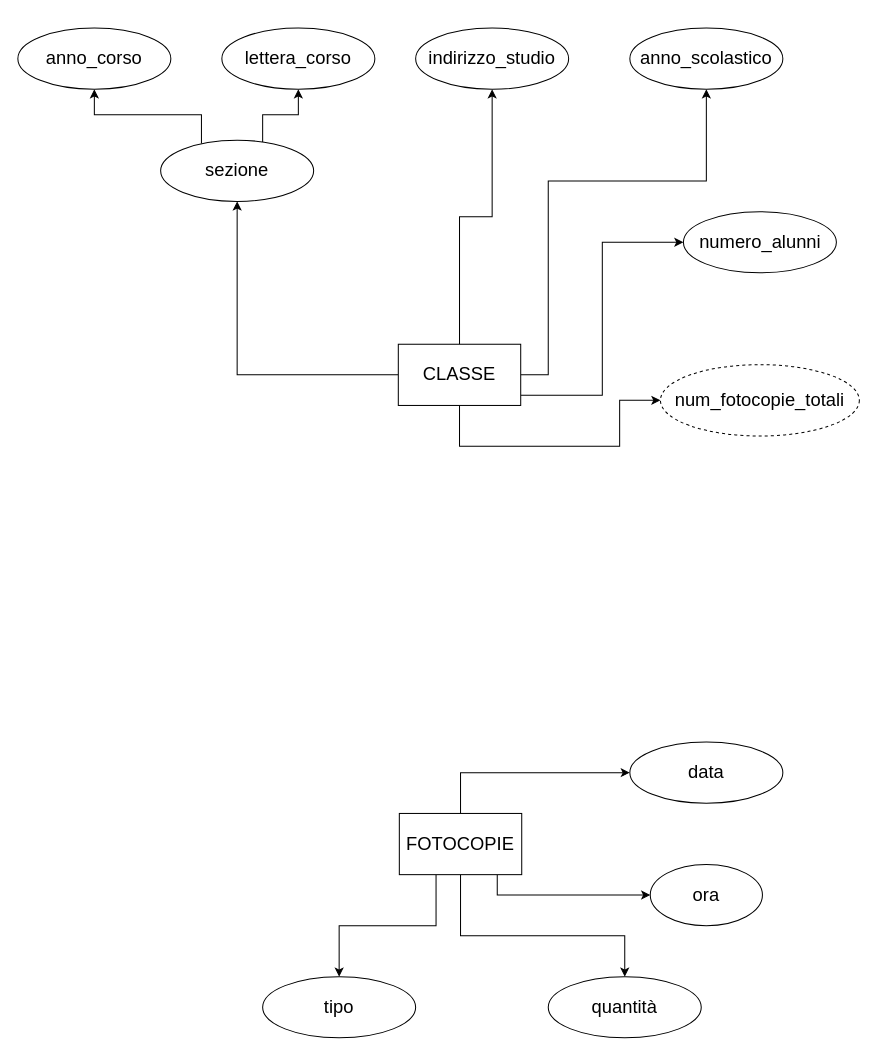
The draw.io diagram Basi_di_Dati/Pratica/Diagramma senza titolo.drawio in ThomasCantuti/University, before the edit. Source tidied: cells renumbered, new cells numbered last; positions are measured from the earlier drawing's top-left corner, leaving out a move shared by most shapes. Both pictures are drawn from the tidied source at 102%, with x=0, y=0 at pixel (17, 28).
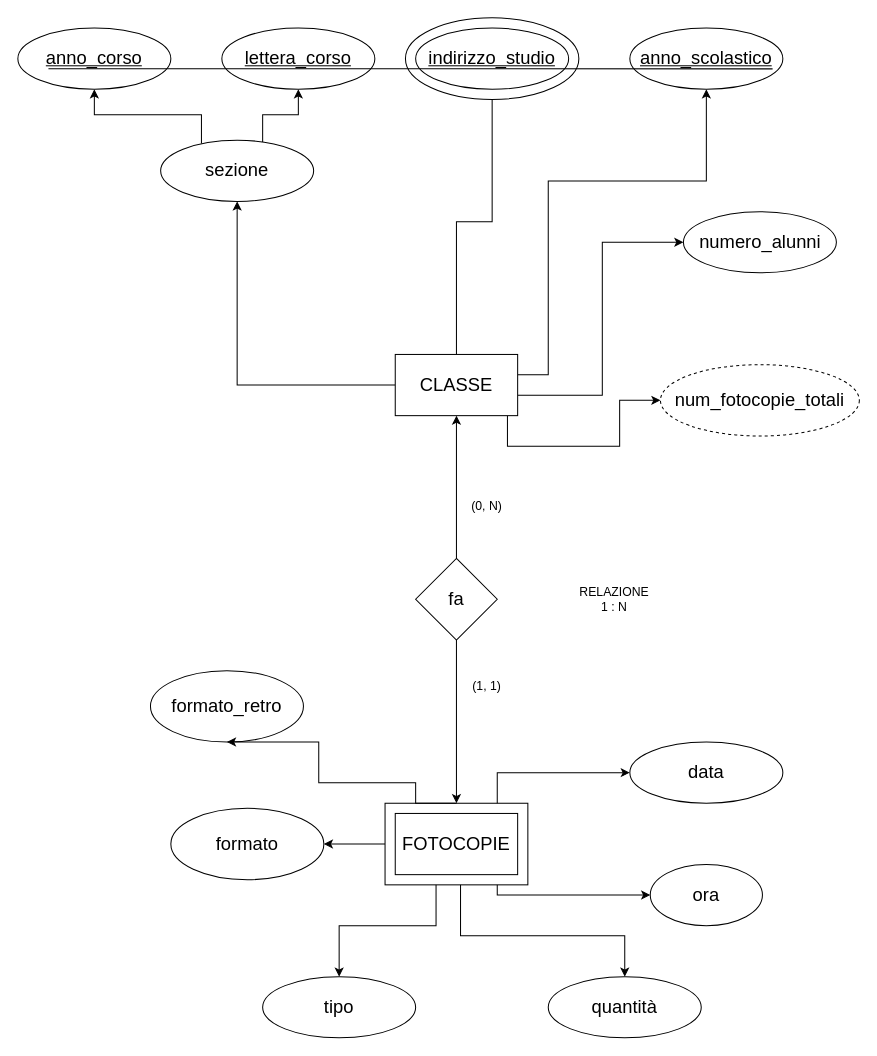
The same diagram, later.

Unchanged cells that the change refers to:
```xml
<mxCell id="16" value="&lt;font style=&quot;font-size: 18px;&quot;&gt;num_fotocopie_totali&lt;/font&gt;" style="ellipse;whiteSpace=wrap;html=1;align=center;dashed=1;" parent="1" vertex="1">
  <mxGeometry x="630" y="330" width="195" height="70" as="geometry" />
</mxCell>
<mxCell id="22" value="&lt;span style=&quot;font-size: 18px;&quot;&gt;data&lt;/span&gt;" style="ellipse;whiteSpace=wrap;html=1;" parent="1" vertex="1">
  <mxGeometry x="600" y="700" width="150" height="60" as="geometry" />
</mxCell>
```

What changed in the source:
```diff
@@
     <mxCell id="3" style="edgeStyle=orthogonalEdgeStyle;rounded=0;jettySize=auto;html=1;entryX=0;entryY=0.5;entryDx=0;entryDy=0;" parent="1" edge="1" source="7" target="16">
       <mxGeometry relative="1" as="geometry">
         <Array as="points">
-          <mxPoint x="433" y="410" />
+          <mxPoint x="480" y="410" />
           <mxPoint x="590" y="410" />
           <mxPoint x="590" y="365" />
         </Array>
       </mxGeometry>
     </mxCell>
@@
     <mxCell id="7" value="&lt;font style=&quot;font-size: 18px;&quot;&gt;CLASSE&lt;/font&gt;" style="rounded=0;whiteSpace=wrap;html=1;" parent="1" vertex="1">
-      <mxGeometry x="373" y="310" width="120" height="60" as="geometry" />
+      <mxGeometry x="370" y="320" width="120" height="60" as="geometry" />
     </mxCell>
@@
-    <mxCell id="12" value="&lt;font style=&quot;font-size: 18px;&quot;&gt;anno_corso&lt;/font&gt;" style="ellipse;whiteSpace=wrap;html=1;" parent="1" vertex="1">
+    <mxCell id="12" value="&lt;font style=&quot;font-size: 18px;&quot;&gt;&lt;u&gt;anno_corso&lt;/u&gt;&lt;/font&gt;" style="ellipse;whiteSpace=wrap;html=1;" parent="1" vertex="1">
       <mxGeometry width="150" height="60" as="geometry" />
     </mxCell>
-    <mxCell id="13" value="&lt;font style=&quot;font-size: 18px;&quot;&gt;indirizzo_studio&lt;/font&gt;" style="ellipse;whiteSpace=wrap;html=1;" parent="1" vertex="1">
-      <mxGeometry x="390" width="150" height="60" as="geometry" />
-    </mxCell>
-    <mxCell id="14" value="&lt;font style=&quot;font-size: 18px;&quot;&gt;lettera_corso&lt;/font&gt;" style="ellipse;whiteSpace=wrap;html=1;" parent="1" vertex="1">
+    <mxCell id="14" value="&lt;font style=&quot;font-size: 18px;&quot;&gt;&lt;u&gt;lettera_corso&lt;/u&gt;&lt;/font&gt;" style="ellipse;whiteSpace=wrap;html=1;" parent="1" vertex="1">
       <mxGeometry x="200" width="150" height="60" as="geometry" />
     </mxCell>
-    <mxCell id="15" value="&lt;font style=&quot;font-size: 18px;&quot;&gt;anno_scolastico&lt;/font&gt;" style="ellipse;whiteSpace=wrap;html=1;" parent="1" vertex="1">
+    <mxCell id="15" value="&lt;font style=&quot;font-size: 18px;&quot;&gt;&lt;u&gt;anno_scolastico&lt;/u&gt;&lt;/font&gt;" style="ellipse;whiteSpace=wrap;html=1;" parent="1" vertex="1">
       <mxGeometry x="600" width="150" height="60" as="geometry" />
     </mxCell>
@@
     <mxCell id="17" style="edgeStyle=orthogonalEdgeStyle;rounded=0;jettySize=auto;html=1;entryX=0;entryY=0.5;entryDx=0;entryDy=0;" parent="1" edge="1" source="21" target="22">
       <mxGeometry relative="1" as="geometry">
         <Array as="points">
-          <mxPoint x="434" y="730" />
+          <mxPoint x="470" y="730" />
         </Array>
       </mxGeometry>
     </mxCell>
@@
-    <mxCell id="21" value="&lt;font style=&quot;font-size: 18px;&quot;&gt;FOTOCOPIE&lt;/font&gt;" style="rounded=0;whiteSpace=wrap;html=1;" parent="1" vertex="1">
-      <mxGeometry x="374" y="770" width="120" height="60" as="geometry" />
-    </mxCell>
@@
+    <mxCell id="26" style="group;" parent="1" vertex="1">
+      <mxGeometry x="380" y="-10" width="170" height="80" as="geometry" />
+    </mxCell>
+    <mxCell id="27" style="ellipse;whiteSpace=wrap;html=1;" parent="26" vertex="1">
+      <mxGeometry width="170" height="80" as="geometry" />
+    </mxCell>
+    <mxCell id="13" value="&lt;font style=&quot;font-size: 18px;&quot;&gt;&lt;u&gt;indirizzo_studio&lt;/u&gt;&lt;/font&gt;" style="ellipse;whiteSpace=wrap;html=1;" parent="26" vertex="1">
+      <mxGeometry x="10" y="10" width="150" height="60" as="geometry" />
+    </mxCell>
+    <mxCell id="28" value="&lt;span style=&quot;font-size: 18px;&quot;&gt;formato&lt;/span&gt;" style="ellipse;whiteSpace=wrap;html=1;" parent="1" vertex="1">
+      <mxGeometry x="150" y="765" width="150" height="70" as="geometry" />
+    </mxCell>
+    <mxCell id="29" value="&lt;span style=&quot;font-size: 18px;&quot;&gt;formato_retro&lt;/span&gt;" style="ellipse;whiteSpace=wrap;html=1;" parent="1" vertex="1">
+      <mxGeometry x="130" y="630" width="150" height="70" as="geometry" />
+    </mxCell>
+    <mxCell id="30" style="group;" parent="1" vertex="1">
+      <mxGeometry x="360" y="760" width="140" height="80" as="geometry" />
+    </mxCell>
+    <mxCell id="31" style="rounded=0;whiteSpace=wrap;html=1;" parent="30" vertex="1">
+      <mxGeometry width="140" height="80" as="geometry" />
+    </mxCell>
+    <mxCell id="21" value="&lt;span style=&quot;font-size: 18px;&quot;&gt;FOTOCOPIE&lt;/span&gt;" style="rounded=0;whiteSpace=wrap;html=1;" parent="30" vertex="1">
+      <mxGeometry x="10" y="10" width="120" height="60" as="geometry" />
+    </mxCell>
+    <mxCell id="32" style="edgeStyle=orthogonalEdgeStyle;rounded=0;jettySize=auto;html=1;entryX=1;entryY=0.5;entryDx=0;entryDy=0;" parent="1" edge="1" source="31" target="28">
+      <mxGeometry relative="1" as="geometry" />
+    </mxCell>
+    <mxCell id="33" style="edgeStyle=orthogonalEdgeStyle;rounded=0;jettySize=auto;html=1;entryX=0.5;entryY=1;entryDx=0;entryDy=0;" parent="1" edge="1" target="29">
+      <mxGeometry relative="1" as="geometry">
+        <mxPoint x="430" y="760" as="sourcePoint" />
+        <Array as="points">
+          <mxPoint x="390" y="760" />
+          <mxPoint x="390" y="740" />
+          <mxPoint x="295" y="740" />
+        </Array>
+      </mxGeometry>
+    </mxCell>
+    <mxCell id="34" style="edgeStyle=orthogonalEdgeStyle;rounded=0;jettySize=auto;html=1;entryX=0.5;entryY=1;entryDx=0;entryDy=0;" parent="1" edge="1" source="36" target="7">
+      <mxGeometry relative="1" as="geometry" />
+    </mxCell>
+    <mxCell id="35" style="edgeStyle=orthogonalEdgeStyle;rounded=0;jettySize=auto;html=1;" parent="1" edge="1" source="36">
+      <mxGeometry relative="1" as="geometry">
+        <mxPoint x="430" y="760" as="targetPoint" />
+      </mxGeometry>
+    </mxCell>
+    <mxCell id="36" value="&lt;font style=&quot;font-size: 18px;&quot;&gt;fa&lt;/font&gt;" style="rhombus;whiteSpace=wrap;html=1;" parent="1" vertex="1">
+      <mxGeometry x="390" y="520" width="80" height="80" as="geometry" />
+    </mxCell>
+    <mxCell id="37" value="(0, N)" style="text;html=1;align=center;verticalAlign=middle;whiteSpace=wrap;rounded=0;" parent="1" vertex="1">
+      <mxGeometry x="430" y="454" width="60" height="30" as="geometry" />
+    </mxCell>
+    <mxCell id="38" value="(1, 1)" style="text;html=1;align=center;verticalAlign=middle;whiteSpace=wrap;rounded=0;" parent="1" vertex="1">
+      <mxGeometry x="430" y="630" width="60" height="30" as="geometry" />
+    </mxCell>
+    <mxCell id="39" value="RELAZIONE&lt;div&gt;1 : N&lt;/div&gt;" style="text;html=1;align=center;verticalAlign=middle;whiteSpace=wrap;rounded=0;" parent="1" vertex="1">
+      <mxGeometry x="520" y="545" width="130" height="30" as="geometry" />
+    </mxCell>
+    <mxCell id="40" style="endArrow=none;html=1;rounded=0;entryX=0.933;entryY=0.667;entryDx=0;entryDy=0;entryPerimeter=0;" parent="1" edge="1" target="15">
+      <mxGeometry relative="1" as="geometry">
+        <mxPoint x="30" y="40" as="sourcePoint" />
+        <Array as="points">
+          <mxPoint x="100" y="40" />
+        </Array>
+      </mxGeometry>
+    </mxCell>
```
